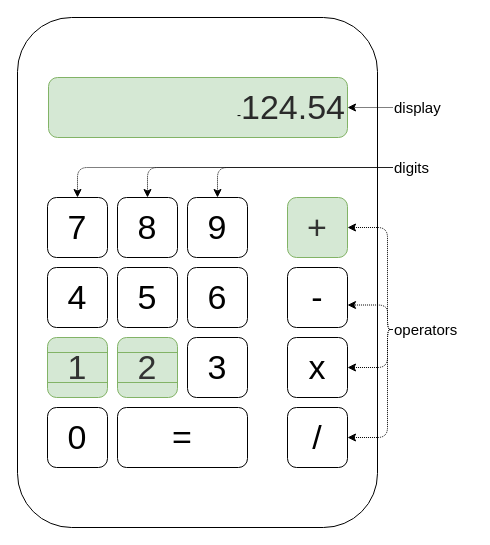
Above: page "Wireframe v1" (3 of 3) of calculator-design.drawio in nicfheorais/calculator-react-jest (draw.io), before the change. Source tidied: cells renumbered, new cells numbered last; positions are measured from the earlier drawing's top-left corner, leaving out a move shared by most shapes. Both pictures are drawn from the tidied source at 100%, with x=0, y=0 at pixel (17, 17).
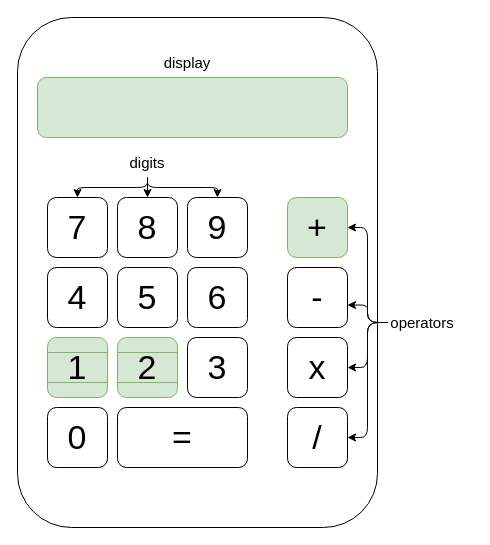
The same diagram, later.

The change refers to these unchanged cells:
```xml
<mxCell id="33" value="-" style="text;html=1;align=center;verticalAlign=middle;whiteSpace=wrap;rounded=0;fontSize=34;" parent="1" vertex="1">
  <mxGeometry x="270" y="265" width="60" height="30" as="geometry" />
</mxCell>
<mxCell id="35" value="x" style="text;html=1;align=center;verticalAlign=middle;whiteSpace=wrap;rounded=0;fontSize=34;" parent="1" vertex="1">
  <mxGeometry x="270" y="335" width="60" height="30" as="geometry" />
</mxCell>
<mxCell id="37" value="/" style="text;html=1;align=center;verticalAlign=middle;whiteSpace=wrap;rounded=0;fontSize=34;" parent="1" vertex="1">
  <mxGeometry x="270" y="405" width="60" height="30" as="geometry" />
</mxCell>
```

Diff of the diagram source:
```diff
@@
-    <mxCell id="2" style="rounded=1;whiteSpace=wrap;html=1;" parent="1" vertex="1">
-      <mxGeometry width="360" height="510" as="geometry" />
-    </mxCell>
-    <mxCell id="3" value="-&lt;font style=&quot;font-size: 34px&quot; color=&quot;#2a2a2a&quot;&gt;124.54&lt;/font&gt;" style="rounded=1;whiteSpace=wrap;html=1;fillColor=#d5e8d4;strokeColor=#82b366;align=right;" parent="1" vertex="1">
-      <mxGeometry x="31" y="60" width="299" height="60" as="geometry" />
-    </mxCell>
-    <mxCell id="4" style="rounded=1;whiteSpace=wrap;html=1;" parent="1" vertex="1">
-      <mxGeometry x="30" y="180" width="60" height="60" as="geometry" />
-    </mxCell>
-    <mxCell id="5" style="rounded=1;whiteSpace=wrap;html=1;" parent="1" vertex="1">
-      <mxGeometry x="100" y="180" width="60" height="60" as="geometry" />
-    </mxCell>
-    <mxCell id="6" style="rounded=1;whiteSpace=wrap;html=1;" parent="1" vertex="1">
-      <mxGeometry x="170" y="180" width="60" height="60" as="geometry" />
-    </mxCell>
-    <mxCell id="7" style="rounded=1;whiteSpace=wrap;html=1;" parent="1" vertex="1">
-      <mxGeometry x="30" y="250" width="60" height="60" as="geometry" />
-    </mxCell>
-    <mxCell id="8" style="rounded=1;whiteSpace=wrap;html=1;" parent="1" vertex="1">
-      <mxGeometry x="100" y="250" width="60" height="60" as="geometry" />
-    </mxCell>
-    <mxCell id="9" style="rounded=1;whiteSpace=wrap;html=1;" parent="1" vertex="1">
-      <mxGeometry x="170" y="250" width="60" height="60" as="geometry" />
-    </mxCell>
-    <mxCell id="10" style="rounded=1;whiteSpace=wrap;html=1;fillColor=#d5e8d4;strokeColor=#82b366;" parent="1" vertex="1">
-      <mxGeometry x="30" y="320" width="60" height="60" as="geometry" />
-    </mxCell>
-    <mxCell id="11" style="rounded=1;whiteSpace=wrap;html=1;fillColor=#d5e8d4;strokeColor=#82b366;" parent="1" vertex="1">
-      <mxGeometry x="100" y="320" width="60" height="60" as="geometry" />
-    </mxCell>
-    <mxCell id="12" style="rounded=1;whiteSpace=wrap;html=1;" parent="1" vertex="1">
-      <mxGeometry x="170" y="320" width="60" height="60" as="geometry" />
-    </mxCell>
-    <mxCell id="13" style="rounded=1;whiteSpace=wrap;html=1;" parent="1" vertex="1">
-      <mxGeometry x="100" y="390" width="130" height="60" as="geometry" />
-    </mxCell>
-    <mxCell id="14" style="rounded=1;whiteSpace=wrap;html=1;fillColor=#d5e8d4;strokeColor=#82b366;" parent="1" vertex="1">
-      <mxGeometry x="270" y="180" width="60" height="60" as="geometry" />
-    </mxCell>
+    <mxCell id="45" style="rounded=1;whiteSpace=wrap;html=1;" parent="1" vertex="1">
+      <mxGeometry width="360" height="510" as="geometry" />
+    </mxCell>
+    <mxCell id="46" style="rounded=1;whiteSpace=wrap;html=1;fillColor=#d5e8d4;strokeColor=#82b366;" parent="1" vertex="1">
+      <mxGeometry x="20" y="60" width="310" height="60" as="geometry" />
+    </mxCell>
+    <mxCell id="47" style="rounded=1;whiteSpace=wrap;html=1;" parent="1" vertex="1">
+      <mxGeometry x="30" y="180" width="60" height="60" as="geometry" />
+    </mxCell>
+    <mxCell id="48" style="rounded=1;whiteSpace=wrap;html=1;" parent="1" vertex="1">
+      <mxGeometry x="100" y="180" width="60" height="60" as="geometry" />
+    </mxCell>
+    <mxCell id="49" style="rounded=1;whiteSpace=wrap;html=1;" parent="1" vertex="1">
+      <mxGeometry x="170" y="180" width="60" height="60" as="geometry" />
+    </mxCell>
+    <mxCell id="50" style="rounded=1;whiteSpace=wrap;html=1;" parent="1" vertex="1">
+      <mxGeometry x="30" y="250" width="60" height="60" as="geometry" />
+    </mxCell>
+    <mxCell id="51" style="rounded=1;whiteSpace=wrap;html=1;" parent="1" vertex="1">
+      <mxGeometry x="100" y="250" width="60" height="60" as="geometry" />
+    </mxCell>
+    <mxCell id="52" style="rounded=1;whiteSpace=wrap;html=1;" parent="1" vertex="1">
+      <mxGeometry x="170" y="250" width="60" height="60" as="geometry" />
+    </mxCell>
+    <mxCell id="53" style="rounded=1;whiteSpace=wrap;html=1;fillColor=#d5e8d4;strokeColor=#82b366;" parent="1" vertex="1">
+      <mxGeometry x="30" y="320" width="60" height="60" as="geometry" />
+    </mxCell>
+    <mxCell id="54" style="rounded=1;whiteSpace=wrap;html=1;fillColor=#d5e8d4;strokeColor=#82b366;" parent="1" vertex="1">
+      <mxGeometry x="100" y="320" width="60" height="60" as="geometry" />
+    </mxCell>
+    <mxCell id="55" style="rounded=1;whiteSpace=wrap;html=1;" parent="1" vertex="1">
+      <mxGeometry x="170" y="320" width="60" height="60" as="geometry" />
+    </mxCell>
+    <mxCell id="56" style="rounded=1;whiteSpace=wrap;html=1;" parent="1" vertex="1">
+      <mxGeometry x="100" y="390" width="130" height="60" as="geometry" />
+    </mxCell>
+    <mxCell id="57" style="rounded=1;whiteSpace=wrap;html=1;fillColor=#d5e8d4;strokeColor=#82b366;" parent="1" vertex="1">
+      <mxGeometry x="270" y="180" width="60" height="60" as="geometry" />
+    </mxCell>
-    <mxCell id="15" value="+" style="text;html=1;strokeColor=none;fillColor=none;align=center;verticalAlign=middle;whiteSpace=wrap;rounded=0;fontSize=34;fontColor=#333333;" parent="1" vertex="1">
+    <mxCell id="15" value="+" style="text;html=1;strokeColor=none;fillColor=none;align=center;verticalAlign=middle;whiteSpace=wrap;rounded=0;fontSize=34;" parent="1" vertex="1">
       <mxGeometry x="270" y="195" width="60" height="30" as="geometry" />
     </mxCell>
@@
-    <mxCell id="22" value="1" style="text;html=1;strokeColor=#82b366;fillColor=#d5e8d4;align=center;verticalAlign=middle;whiteSpace=wrap;rounded=0;fontSize=34;fontColor=#333333;" parent="1" vertex="1">
+    <mxCell id="22" value="1" style="text;html=1;strokeColor=#82b366;fillColor=#d5e8d4;align=center;verticalAlign=middle;whiteSpace=wrap;rounded=0;fontSize=34;" parent="1" vertex="1">
       <mxGeometry x="30" y="335" width="60" height="30" as="geometry" />
     </mxCell>
-    <mxCell id="23" value="2" style="text;html=1;strokeColor=#82b366;fillColor=#d5e8d4;align=center;verticalAlign=middle;whiteSpace=wrap;rounded=0;fontSize=34;fontColor=#333333;" parent="1" vertex="1">
+    <mxCell id="23" value="2" style="text;html=1;strokeColor=#82b366;fillColor=#d5e8d4;align=center;verticalAlign=middle;whiteSpace=wrap;rounded=0;fontSize=34;" parent="1" vertex="1">
       <mxGeometry x="100" y="335" width="60" height="30" as="geometry" />
     </mxCell>
@@
-    <mxCell id="25" style="rounded=1;whiteSpace=wrap;html=1;" parent="1" vertex="1">
-      <mxGeometry x="30" y="390" width="60" height="60" as="geometry" />
-    </mxCell>
+    <mxCell id="58" style="rounded=1;whiteSpace=wrap;html=1;" parent="1" vertex="1">
+      <mxGeometry x="30" y="390" width="60" height="60" as="geometry" />
+    </mxCell>
@@
-    <mxCell id="28" style="edgeStyle=orthogonalEdgeStyle;html=1;exitX=0;exitY=0.5;exitDx=0;exitDy=0;entryX=0.5;entryY=0;entryDx=0;entryDy=0;fontSize=15;dashed=1;dashPattern=1 1;" parent="1" edge="1" source="31" target="4">
-      <mxGeometry relative="1" as="geometry">
-        <Array as="points">
-          <mxPoint x="375" y="150" />
-          <mxPoint x="60" y="150" />
-        </Array>
-      </mxGeometry>
-    </mxCell>
-    <mxCell id="29" style="edgeStyle=orthogonalEdgeStyle;html=1;exitX=0;exitY=0.5;exitDx=0;exitDy=0;entryX=0.5;entryY=0;entryDx=0;entryDy=0;fontSize=15;dashed=1;dashPattern=1 1;" parent="1" edge="1" source="31" target="5">
-      <mxGeometry relative="1" as="geometry">
-        <Array as="points">
-          <mxPoint x="375" y="150" />
-          <mxPoint x="130" y="150" />
-        </Array>
-      </mxGeometry>
-    </mxCell>
-    <mxCell id="30" style="edgeStyle=orthogonalEdgeStyle;html=1;exitX=0;exitY=0.5;exitDx=0;exitDy=0;entryX=0.5;entryY=0;entryDx=0;entryDy=0;fontSize=15;dashed=1;dashPattern=1 1;" parent="1" edge="1" source="31" target="6">
-      <mxGeometry relative="1" as="geometry">
-        <Array as="points">
-          <mxPoint x="375" y="150" />
-          <mxPoint x="200" y="150" />
-        </Array>
-      </mxGeometry>
-    </mxCell>
+    <mxCell id="59" style="edgeStyle=orthogonalEdgeStyle;html=1;exitX=0.5;exitY=1;exitDx=0;exitDy=0;entryX=0.5;entryY=0;entryDx=0;entryDy=0;fontSize=15;" parent="1" edge="1" source="31" target="47">
+      <mxGeometry relative="1" as="geometry" />
+    </mxCell>
+    <mxCell id="60" style="edgeStyle=orthogonalEdgeStyle;html=1;exitX=0.5;exitY=1;exitDx=0;exitDy=0;entryX=0.5;entryY=0;entryDx=0;entryDy=0;fontSize=15;" parent="1" edge="1" source="31" target="48">
+      <mxGeometry relative="1" as="geometry" />
+    </mxCell>
+    <mxCell id="61" style="edgeStyle=orthogonalEdgeStyle;html=1;exitX=0.5;exitY=1;exitDx=0;exitDy=0;entryX=0.5;entryY=0;entryDx=0;entryDy=0;fontSize=15;" parent="1" edge="1" source="31" target="49">
+      <mxGeometry relative="1" as="geometry" />
+    </mxCell>
-    <mxCell id="31" value="digits" style="text;html=1;strokeColor=none;fillColor=none;align=left;verticalAlign=middle;whiteSpace=wrap;rounded=0;fontSize=15;" parent="1" vertex="1">
-      <mxGeometry x="375" y="140" width="50" height="20" as="geometry" />
+    <mxCell id="31" value="digits" style="text;html=1;strokeColor=none;fillColor=none;align=center;verticalAlign=middle;whiteSpace=wrap;rounded=0;fontSize=15;" parent="1" vertex="1">
+      <mxGeometry x="60" y="130" width="140" height="30" as="geometry" />
     </mxCell>
-    <mxCell id="32" style="rounded=1;whiteSpace=wrap;html=1;" parent="1" vertex="1">
-      <mxGeometry x="270" y="250" width="60" height="60" as="geometry" />
-    </mxCell>
+    <mxCell id="62" style="rounded=1;whiteSpace=wrap;html=1;" parent="1" vertex="1">
+      <mxGeometry x="270" y="250" width="60" height="60" as="geometry" />
+    </mxCell>
@@
-    <mxCell id="34" style="rounded=1;whiteSpace=wrap;html=1;" parent="1" vertex="1">
-      <mxGeometry x="270" y="320" width="60" height="60" as="geometry" />
-    </mxCell>
+    <mxCell id="63" style="rounded=1;whiteSpace=wrap;html=1;" parent="1" vertex="1">
+      <mxGeometry x="270" y="320" width="60" height="60" as="geometry" />
+    </mxCell>
@@
-    <mxCell id="36" style="rounded=1;whiteSpace=wrap;html=1;" parent="1" vertex="1">
-      <mxGeometry x="270" y="390" width="60" height="60" as="geometry" />
-    </mxCell>
+    <mxCell id="64" style="rounded=1;whiteSpace=wrap;html=1;" parent="1" vertex="1">
+      <mxGeometry x="270" y="390" width="60" height="60" as="geometry" />
+    </mxCell>
@@
-    <mxCell id="38" style="edgeStyle=orthogonalEdgeStyle;html=1;exitX=0;exitY=0.5;exitDx=0;exitDy=0;entryX=1;entryY=0.5;entryDx=0;entryDy=0;fontSize=15;dashed=1;dashPattern=1 1;" parent="1" edge="1" source="42" target="15">
-      <mxGeometry relative="1" as="geometry">
-        <Array as="points">
-          <mxPoint x="370" y="312" />
-          <mxPoint x="370" y="210" />
-        </Array>
-      </mxGeometry>
+    <mxCell id="38" style="edgeStyle=orthogonalEdgeStyle;html=1;exitX=0;exitY=0.5;exitDx=0;exitDy=0;entryX=1;entryY=0.5;entryDx=0;entryDy=0;fontSize=15;" parent="1" edge="1" source="42" target="15">
+      <mxGeometry relative="1" as="geometry" />
     </mxCell>
-    <mxCell id="39" style="edgeStyle=orthogonalEdgeStyle;html=1;exitX=0;exitY=0.5;exitDx=0;exitDy=0;entryX=1;entryY=0.75;entryDx=0;entryDy=0;fontSize=15;dashed=1;dashPattern=1 1;" parent="1" edge="1" source="42" target="33">
-      <mxGeometry relative="1" as="geometry">
-        <Array as="points">
-          <mxPoint x="370" y="312" />
-          <mxPoint x="370" y="288" />
-        </Array>
-      </mxGeometry>
+    <mxCell id="39" style="edgeStyle=orthogonalEdgeStyle;html=1;exitX=0;exitY=0.5;exitDx=0;exitDy=0;entryX=1;entryY=0.75;entryDx=0;entryDy=0;fontSize=15;" parent="1" edge="1" source="42" target="33">
+      <mxGeometry relative="1" as="geometry" />
     </mxCell>
-    <mxCell id="40" style="edgeStyle=orthogonalEdgeStyle;html=1;exitX=0;exitY=0.5;exitDx=0;exitDy=0;entryX=1;entryY=0.5;entryDx=0;entryDy=0;fontSize=15;dashed=1;dashPattern=1 1;" parent="1" edge="1" source="42" target="35">
-      <mxGeometry relative="1" as="geometry">
-        <Array as="points">
-          <mxPoint x="370" y="312" />
-          <mxPoint x="370" y="350" />
-        </Array>
-      </mxGeometry>
+    <mxCell id="40" style="edgeStyle=orthogonalEdgeStyle;html=1;exitX=0;exitY=0.5;exitDx=0;exitDy=0;entryX=1;entryY=0.5;entryDx=0;entryDy=0;fontSize=15;" parent="1" edge="1" source="42" target="35">
+      <mxGeometry relative="1" as="geometry" />
     </mxCell>
-    <mxCell id="41" style="edgeStyle=orthogonalEdgeStyle;html=1;exitX=0;exitY=0.5;exitDx=0;exitDy=0;entryX=1;entryY=0.5;entryDx=0;entryDy=0;fontSize=15;dashed=1;dashPattern=1 1;" parent="1" edge="1" source="42" target="37">
-      <mxGeometry relative="1" as="geometry">
-        <Array as="points">
-          <mxPoint x="370" y="312" />
-          <mxPoint x="370" y="420" />
-        </Array>
-      </mxGeometry>
+    <mxCell id="41" style="edgeStyle=orthogonalEdgeStyle;html=1;exitX=0;exitY=0.5;exitDx=0;exitDy=0;entryX=1;entryY=0.5;entryDx=0;entryDy=0;fontSize=15;" parent="1" edge="1" source="42" target="37">
+      <mxGeometry relative="1" as="geometry" />
     </mxCell>
-    <mxCell id="42" value="operators" style="text;html=1;strokeColor=none;fillColor=none;align=left;verticalAlign=middle;whiteSpace=wrap;rounded=0;fontSize=15;" parent="1" vertex="1">
-      <mxGeometry x="375" y="297" width="70" height="30" as="geometry" />
+    <mxCell id="42" value="operators" style="text;html=1;strokeColor=none;fillColor=none;align=center;verticalAlign=middle;whiteSpace=wrap;rounded=0;fontSize=15;" parent="1" vertex="1">
+      <mxGeometry x="370" y="290" width="70" height="30" as="geometry" />
     </mxCell>
-    <mxCell id="43" value="display" style="text;html=1;strokeColor=none;fillColor=none;align=left;verticalAlign=middle;whiteSpace=wrap;rounded=0;fontSize=15;" parent="1" vertex="1">
-      <mxGeometry x="375" y="75" width="80" height="30" as="geometry" />
+    <mxCell id="43" value="display" style="text;html=1;strokeColor=none;fillColor=none;align=center;verticalAlign=middle;whiteSpace=wrap;rounded=0;fontSize=15;" parent="1" vertex="1">
+      <mxGeometry x="100" y="30" width="140" height="30" as="geometry" />
     </mxCell>
-    <mxCell id="44" style="edgeStyle=orthogonalEdgeStyle;html=1;entryX=1;entryY=0.5;entryDx=0;entryDy=0;fontSize=15;dashed=1;dashPattern=1 1;exitX=0;exitY=0.5;exitDx=0;exitDy=0;" parent="1" edge="1" source="43" target="3">
-      <mxGeometry relative="1" as="geometry">
-        <Array as="points">
-          <mxPoint x="375" y="90" />
-          <mxPoint x="375" y="90" />
-        </Array>
-      </mxGeometry>
-    </mxCell>
```
